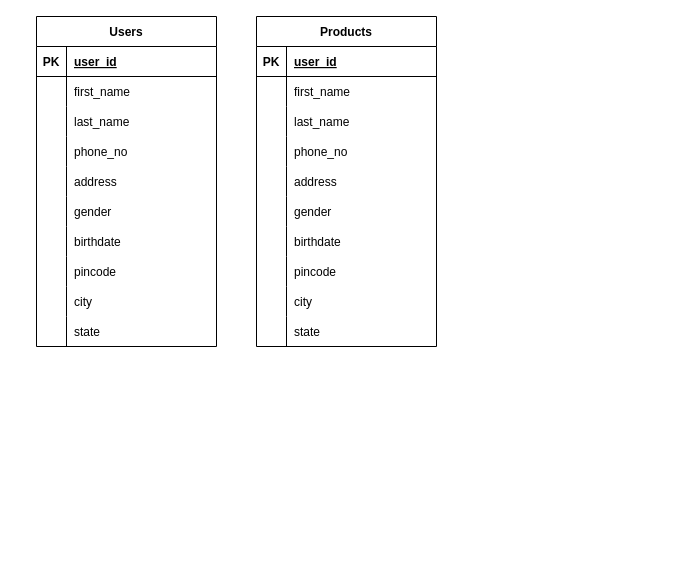
Above: page "er_Diagram" (1 of 4) of online_cloth_shopping.drawio in sudopwr/database-course (draw.io), before the change. Source tidied: cells renumbered, new cells numbered last; positions are measured from the earlier drawing's top-left corner, leaving out a move shared by most shapes. Both pictures are drawn from the tidied source at 100%, with x=0, y=0 at pixel (36, 16).
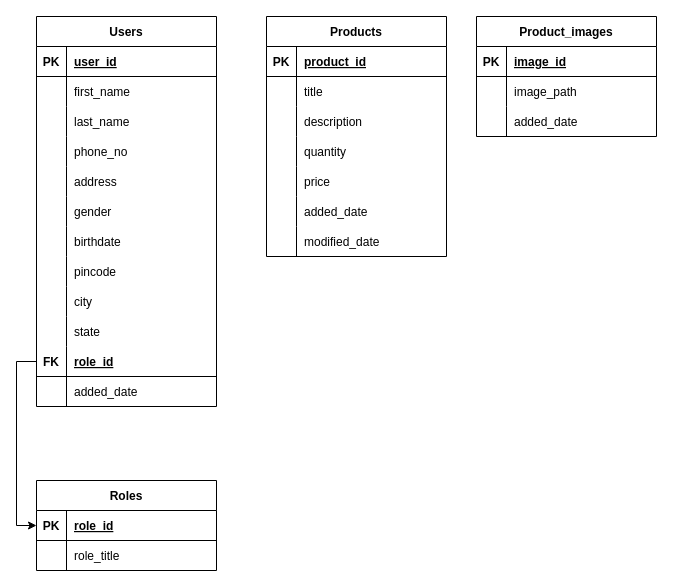
The same page after the edit.

Unchanged cells that the change refers to:
```xml
<mxCell id="34" style="shape=tableRow;horizontal=0;startSize=0;swimlaneHead=0;swimlaneBody=0;fillColor=none;points=[[0,0.5],[1,0.5]];portConstraint=eastwest;top=0;left=0;right=0;bottom=1;" parent="33" vertex="1">
  <mxGeometry y="30" width="180" height="30" as="geometry" />
</mxCell>
<mxCell id="37" style="shape=tableRow;horizontal=0;startSize=0;swimlaneHead=0;swimlaneBody=0;fillColor=none;top=0;left=0;right=0;bottom=0;" parent="33" vertex="1">
  <mxGeometry y="60" width="180" height="30" as="geometry" />
</mxCell>
```

What changed in the source:
```diff
@@
     <mxCell id="2" value="Users" style="shape=table;startSize=30;childLayout=tableLayout;rowLines=0;fontStyle=1;align=center;" parent="1" vertex="1">
-      <mxGeometry width="180" height="330" as="geometry" />
+      <mxGeometry width="180" height="390" as="geometry" />
     </mxCell>
@@
+    <mxCell id="64" style="shape=tableRow;horizontal=0;startSize=0;swimlaneHead=0;swimlaneBody=0;fillColor=none;points=[[0,0.5],[1,0.5]];portConstraint=eastwest;top=0;left=0;right=0;bottom=1;" parent="2" vertex="1">
+      <mxGeometry y="330" width="180" height="30" as="geometry" />
+    </mxCell>
+    <mxCell id="65" value="FK" style="shape=partialRectangle;fillColor=none;top=0;left=0;bottom=0;right=0;fontStyle=1;overflow=hidden;" parent="64" vertex="1">
+      <mxGeometry width="30" height="30" as="geometry" />
+    </mxCell>
+    <mxCell id="66" value="role_id" style="shape=partialRectangle;fillColor=none;top=0;left=0;bottom=0;right=0;align=left;spacingLeft=6;fontStyle=5;overflow=hidden;" parent="64" vertex="1">
+      <mxGeometry x="30" width="150" height="30" as="geometry" />
+    </mxCell>
+    <mxCell id="67" style="shape=tableRow;horizontal=0;startSize=0;swimlaneHead=0;swimlaneBody=0;fillColor=none;top=0;left=0;right=0;bottom=0;" parent="2" vertex="1">
+      <mxGeometry y="360" width="180" height="30" as="geometry" />
+    </mxCell>
+    <mxCell id="68" style="shape=partialRectangle;fillColor=none;top=0;left=0;bottom=0;right=0;overflow=hidden;" parent="67" vertex="1">
+      <mxGeometry width="30" height="30" as="geometry" />
+    </mxCell>
+    <mxCell id="69" value="added_date" style="shape=partialRectangle;fillColor=none;top=0;left=0;bottom=0;right=0;align=left;spacingLeft=6;overflow=hidden;" parent="67" vertex="1">
+      <mxGeometry x="30" width="150" height="30" as="geometry" />
+    </mxCell>
-    <mxCell id="33" value="Products" style="shape=table;startSize=30;childLayout=tableLayout;rowLines=0;fontStyle=1;align=center;" parent="1" vertex="1">
-      <mxGeometry x="220" width="180" height="330" as="geometry" />
+    <mxCell id="33" value="Roles" style="shape=table;startSize=30;childLayout=tableLayout;rowLines=0;fontStyle=1;align=center;" parent="1" vertex="1">
+      <mxGeometry y="464" width="180" height="90" as="geometry" />
     </mxCell>
@@
-    <mxCell id="36" value="user_id" style="shape=partialRectangle;fillColor=none;top=0;left=0;bottom=0;right=0;align=left;spacingLeft=6;fontStyle=5;overflow=hidden;" parent="34" vertex="1">
+    <mxCell id="36" value="role_id" style="shape=partialRectangle;fillColor=none;top=0;left=0;bottom=0;right=0;align=left;spacingLeft=6;fontStyle=5;overflow=hidden;" parent="34" vertex="1">
       <mxGeometry x="30" width="150" height="30" as="geometry" />
     </mxCell>
@@
-    <mxCell id="39" value="first_name" style="shape=partialRectangle;fillColor=none;top=0;left=0;bottom=0;right=0;align=left;spacingLeft=6;overflow=hidden;" parent="37" vertex="1">
+    <mxCell id="39" value="role_title" style="shape=partialRectangle;fillColor=none;top=0;left=0;bottom=0;right=0;align=left;spacingLeft=6;overflow=hidden;" parent="37" vertex="1">
       <mxGeometry x="30" width="150" height="30" as="geometry" />
     </mxCell>
-    <mxCell id="40" style="shape=tableRow;horizontal=0;startSize=0;swimlaneHead=0;swimlaneBody=0;fillColor=none;top=0;left=0;right=0;bottom=0;" parent="33" vertex="1">
-      <mxGeometry y="90" width="180" height="30" as="geometry" />
-    </mxCell>
-    <mxCell id="41" style="shape=partialRectangle;fillColor=none;top=0;left=0;bottom=0;right=0;overflow=hidden;" parent="40" vertex="1">
-      <mxGeometry width="30" height="30" as="geometry" />
-    </mxCell>
-    <mxCell id="42" value="last_name" style="shape=partialRectangle;fillColor=none;top=0;left=0;bottom=0;right=0;align=left;spacingLeft=6;overflow=hidden;" parent="40" vertex="1">
-      <mxGeometry x="30" width="150" height="30" as="geometry" />
-    </mxCell>
+    <mxCell id="70" style="edgeStyle=orthogonalEdgeStyle;rounded=0;jettySize=auto;html=1;exitX=0;exitY=0.5;exitDx=0;exitDy=0;entryX=0;entryY=0.5;entryDx=0;entryDy=0;" parent="1" edge="1" source="64" target="34">
+      <mxGeometry relative="1" as="geometry" />
+    </mxCell>
+    <mxCell id="71" value="Products" style="shape=table;startSize=30;childLayout=tableLayout;rowLines=0;fontStyle=1;align=center;" parent="1" vertex="1">
+      <mxGeometry x="230" width="180" height="240" as="geometry" />
+    </mxCell>
+    <mxCell id="72" style="shape=tableRow;horizontal=0;startSize=0;swimlaneHead=0;swimlaneBody=0;fillColor=none;top=0;left=0;right=0;bottom=1;" parent="71" vertex="1">
+      <mxGeometry y="30" width="180" height="30" as="geometry" />
+    </mxCell>
+    <mxCell id="73" value="PK" style="shape=partialRectangle;fillColor=none;top=0;left=0;bottom=0;right=0;fontStyle=1;overflow=hidden;" parent="72" vertex="1">
+      <mxGeometry width="30" height="30" as="geometry" />
+    </mxCell>
+    <mxCell id="74" value="product_id" style="shape=partialRectangle;fillColor=none;top=0;left=0;bottom=0;right=0;align=left;spacingLeft=6;fontStyle=5;overflow=hidden;" parent="72" vertex="1">
+      <mxGeometry x="30" width="150" height="30" as="geometry" />
+    </mxCell>
+    <mxCell id="75" style="shape=tableRow;horizontal=0;startSize=0;swimlaneHead=0;swimlaneBody=0;fillColor=none;top=0;left=0;right=0;bottom=0;" parent="71" vertex="1">
+      <mxGeometry y="60" width="180" height="30" as="geometry" />
+    </mxCell>
+    <mxCell id="76" style="shape=partialRectangle;fillColor=none;top=0;left=0;bottom=0;right=0;overflow=hidden;" parent="75" vertex="1">
+      <mxGeometry width="30" height="30" as="geometry" />
+    </mxCell>
+    <mxCell id="77" value="title" style="shape=partialRectangle;fillColor=none;top=0;left=0;bottom=0;right=0;align=left;spacingLeft=6;overflow=hidden;" parent="75" vertex="1">
+      <mxGeometry x="30" width="150" height="30" as="geometry" />
+    </mxCell>
+    <mxCell id="78" style="shape=tableRow;horizontal=0;startSize=0;swimlaneHead=0;swimlaneBody=0;fillColor=none;top=0;left=0;right=0;bottom=0;" parent="71" vertex="1">
+      <mxGeometry y="90" width="180" height="30" as="geometry" />
+    </mxCell>
+    <mxCell id="79" style="shape=partialRectangle;fillColor=none;top=0;left=0;bottom=0;right=0;overflow=hidden;" parent="78" vertex="1">
+      <mxGeometry width="30" height="30" as="geometry" />
+    </mxCell>
+    <mxCell id="80" value="description" style="shape=partialRectangle;fillColor=none;top=0;left=0;bottom=0;right=0;align=left;spacingLeft=6;overflow=hidden;" parent="78" vertex="1">
+      <mxGeometry x="30" width="150" height="30" as="geometry" />
+    </mxCell>
-    <mxCell id="43" style="shape=tableRow;horizontal=0;startSize=0;swimlaneHead=0;swimlaneBody=0;fillColor=none;top=0;left=0;right=0;bottom=0;" parent="33" vertex="1">
+    <mxCell id="43" style="shape=tableRow;horizontal=0;startSize=0;swimlaneHead=0;swimlaneBody=0;fillColor=none;top=0;left=0;right=0;bottom=0;" parent="71" vertex="1">
       <mxGeometry y="120" width="180" height="30" as="geometry" />
     </mxCell>
-    <mxCell id="44" style="shape=partialRectangle;fillColor=none;top=0;left=0;bottom=0;right=0;overflow=hidden;" parent="43" vertex="1">
-      <mxGeometry width="30" height="30" as="geometry" />
-    </mxCell>
-    <mxCell id="45" value="phone_no" style="shape=partialRectangle;fillColor=none;top=0;left=0;bottom=0;right=0;align=left;spacingLeft=6;overflow=hidden;" parent="43" vertex="1">
-      <mxGeometry x="30" width="150" height="30" as="geometry" />
-    </mxCell>
+    <mxCell id="81" style="shape=partialRectangle;fillColor=none;top=0;left=0;bottom=0;right=0;overflow=hidden;" parent="43" vertex="1">
+      <mxGeometry width="30" height="30" as="geometry" />
+    </mxCell>
+    <mxCell id="82" value="quantity" style="shape=partialRectangle;fillColor=none;top=0;left=0;bottom=0;right=0;align=left;spacingLeft=6;overflow=hidden;" parent="43" vertex="1">
+      <mxGeometry x="30" width="150" height="30" as="geometry" />
+    </mxCell>
-    <mxCell id="46" style="shape=tableRow;horizontal=0;startSize=0;swimlaneHead=0;swimlaneBody=0;fillColor=none;top=0;left=0;right=0;bottom=0;" parent="33" vertex="1">
+    <mxCell id="46" style="shape=tableRow;horizontal=0;startSize=0;swimlaneHead=0;swimlaneBody=0;fillColor=none;top=0;left=0;right=0;bottom=0;" parent="71" vertex="1">
       <mxGeometry y="150" width="180" height="30" as="geometry" />
     </mxCell>
-    <mxCell id="47" style="shape=partialRectangle;fillColor=none;top=0;left=0;bottom=0;right=0;overflow=hidden;" parent="46" vertex="1">
-      <mxGeometry width="30" height="30" as="geometry" />
-    </mxCell>
-    <mxCell id="48" value="address" style="shape=partialRectangle;fillColor=none;top=0;left=0;bottom=0;right=0;align=left;spacingLeft=6;overflow=hidden;" parent="46" vertex="1">
-      <mxGeometry x="30" width="150" height="30" as="geometry" />
-    </mxCell>
+    <mxCell id="83" style="shape=partialRectangle;fillColor=none;top=0;left=0;bottom=0;right=0;overflow=hidden;" parent="46" vertex="1">
+      <mxGeometry width="30" height="30" as="geometry" />
+    </mxCell>
+    <mxCell id="84" value="price" style="shape=partialRectangle;fillColor=none;top=0;left=0;bottom=0;right=0;align=left;spacingLeft=6;overflow=hidden;" parent="46" vertex="1">
+      <mxGeometry x="30" width="150" height="30" as="geometry" />
+    </mxCell>
-    <mxCell id="49" style="shape=tableRow;horizontal=0;startSize=0;swimlaneHead=0;swimlaneBody=0;fillColor=none;top=0;left=0;right=0;bottom=0;" parent="33" vertex="1">
+    <mxCell id="49" style="shape=tableRow;horizontal=0;startSize=0;swimlaneHead=0;swimlaneBody=0;fillColor=none;top=0;left=0;right=0;bottom=0;" parent="71" vertex="1">
       <mxGeometry y="180" width="180" height="30" as="geometry" />
     </mxCell>
-    <mxCell id="50" style="shape=partialRectangle;fillColor=none;top=0;left=0;bottom=0;right=0;overflow=hidden;" parent="49" vertex="1">
-      <mxGeometry width="30" height="30" as="geometry" />
-    </mxCell>
-    <mxCell id="51" value="gender" style="shape=partialRectangle;fillColor=none;top=0;left=0;bottom=0;right=0;align=left;spacingLeft=6;overflow=hidden;" parent="49" vertex="1">
-      <mxGeometry x="30" width="150" height="30" as="geometry" />
-    </mxCell>
+    <mxCell id="85" style="shape=partialRectangle;fillColor=none;top=0;left=0;bottom=0;right=0;overflow=hidden;" parent="49" vertex="1">
+      <mxGeometry width="30" height="30" as="geometry" />
+    </mxCell>
+    <mxCell id="86" value="added_date" style="shape=partialRectangle;fillColor=none;top=0;left=0;bottom=0;right=0;align=left;spacingLeft=6;overflow=hidden;" parent="49" vertex="1">
+      <mxGeometry x="30" width="150" height="30" as="geometry" />
+    </mxCell>
-    <mxCell id="52" style="shape=tableRow;horizontal=0;startSize=0;swimlaneHead=0;swimlaneBody=0;fillColor=none;top=0;left=0;right=0;bottom=0;" parent="33" vertex="1">
+    <mxCell id="52" style="shape=tableRow;horizontal=0;startSize=0;swimlaneHead=0;swimlaneBody=0;fillColor=none;top=0;left=0;right=0;bottom=0;" parent="71" vertex="1">
       <mxGeometry y="210" width="180" height="30" as="geometry" />
     </mxCell>
-    <mxCell id="53" style="shape=partialRectangle;fillColor=none;top=0;left=0;bottom=0;right=0;overflow=hidden;" parent="52" vertex="1">
-      <mxGeometry width="30" height="30" as="geometry" />
-    </mxCell>
-    <mxCell id="54" value="birthdate" style="shape=partialRectangle;fillColor=none;top=0;left=0;bottom=0;right=0;align=left;spacingLeft=6;overflow=hidden;" parent="52" vertex="1">
-      <mxGeometry x="30" width="150" height="30" as="geometry" />
-    </mxCell>
-    <mxCell id="55" style="shape=tableRow;horizontal=0;startSize=0;swimlaneHead=0;swimlaneBody=0;fillColor=none;top=0;left=0;right=0;bottom=0;" parent="33" vertex="1">
-      <mxGeometry y="240" width="180" height="30" as="geometry" />
-    </mxCell>
-    <mxCell id="56" style="shape=partialRectangle;fillColor=none;top=0;left=0;bottom=0;right=0;overflow=hidden;" parent="55" vertex="1">
-      <mxGeometry width="30" height="30" as="geometry" />
-    </mxCell>
-    <mxCell id="57" value="pincode" style="shape=partialRectangle;fillColor=none;top=0;left=0;bottom=0;right=0;align=left;spacingLeft=6;overflow=hidden;" parent="55" vertex="1">
-      <mxGeometry x="30" width="150" height="30" as="geometry" />
-    </mxCell>
-    <mxCell id="58" style="shape=tableRow;horizontal=0;startSize=0;swimlaneHead=0;swimlaneBody=0;fillColor=none;top=0;left=0;right=0;bottom=0;" parent="33" vertex="1">
-      <mxGeometry y="270" width="180" height="30" as="geometry" />
-    </mxCell>
-    <mxCell id="59" style="shape=partialRectangle;fillColor=none;top=0;left=0;bottom=0;right=0;overflow=hidden;" parent="58" vertex="1">
-      <mxGeometry width="30" height="30" as="geometry" />
-    </mxCell>
-    <mxCell id="60" value="city" style="shape=partialRectangle;fillColor=none;top=0;left=0;bottom=0;right=0;align=left;spacingLeft=6;overflow=hidden;" parent="58" vertex="1">
-      <mxGeometry x="30" width="150" height="30" as="geometry" />
-    </mxCell>
-    <mxCell id="61" style="shape=tableRow;horizontal=0;startSize=0;swimlaneHead=0;swimlaneBody=0;fillColor=none;top=0;left=0;right=0;bottom=0;" parent="33" vertex="1">
-      <mxGeometry y="300" width="180" height="30" as="geometry" />
-    </mxCell>
-    <mxCell id="62" style="shape=partialRectangle;fillColor=none;top=0;left=0;bottom=0;right=0;overflow=hidden;" parent="61" vertex="1">
-      <mxGeometry width="30" height="30" as="geometry" />
-    </mxCell>
-    <mxCell id="63" value="state" style="shape=partialRectangle;fillColor=none;top=0;left=0;bottom=0;right=0;align=left;spacingLeft=6;overflow=hidden;" parent="61" vertex="1">
-      <mxGeometry x="30" width="150" height="30" as="geometry" />
-    </mxCell>
+    <mxCell id="87" style="shape=partialRectangle;fillColor=none;top=0;left=0;bottom=0;right=0;overflow=hidden;" parent="52" vertex="1">
+      <mxGeometry width="30" height="30" as="geometry" />
+    </mxCell>
+    <mxCell id="88" value="modified_date" style="shape=partialRectangle;fillColor=none;top=0;left=0;bottom=0;right=0;align=left;spacingLeft=6;overflow=hidden;" parent="52" vertex="1">
+      <mxGeometry x="30" width="150" height="30" as="geometry" />
+    </mxCell>
+    <mxCell id="89" value="Product_images" style="shape=table;startSize=30;childLayout=tableLayout;rowLines=0;fontStyle=1;align=center;" parent="1" vertex="1">
+      <mxGeometry x="440" width="180" height="120" as="geometry" />
+    </mxCell>
+    <mxCell id="90" style="shape=tableRow;horizontal=0;startSize=0;swimlaneHead=0;swimlaneBody=0;fillColor=none;top=0;left=0;right=0;bottom=1;" parent="89" vertex="1">
+      <mxGeometry y="30" width="180" height="30" as="geometry" />
+    </mxCell>
+    <mxCell id="91" value="PK" style="shape=partialRectangle;fillColor=none;top=0;left=0;bottom=0;right=0;fontStyle=1;overflow=hidden;" parent="90" vertex="1">
+      <mxGeometry width="30" height="30" as="geometry" />
+    </mxCell>
+    <mxCell id="92" value="image_id" style="shape=partialRectangle;fillColor=none;top=0;left=0;bottom=0;right=0;align=left;spacingLeft=6;fontStyle=5;overflow=hidden;" parent="90" vertex="1">
+      <mxGeometry x="30" width="150" height="30" as="geometry" />
+    </mxCell>
+    <mxCell id="93" style="shape=tableRow;horizontal=0;startSize=0;swimlaneHead=0;swimlaneBody=0;fillColor=none;top=0;left=0;right=0;bottom=0;" parent="89" vertex="1">
+      <mxGeometry y="60" width="180" height="30" as="geometry" />
+    </mxCell>
+    <mxCell id="94" style="shape=partialRectangle;fillColor=none;top=0;left=0;bottom=0;right=0;overflow=hidden;" parent="93" vertex="1">
+      <mxGeometry width="30" height="30" as="geometry" />
+    </mxCell>
+    <mxCell id="95" value="image_path" style="shape=partialRectangle;fillColor=none;top=0;left=0;bottom=0;right=0;align=left;spacingLeft=6;overflow=hidden;" parent="93" vertex="1">
+      <mxGeometry x="30" width="150" height="30" as="geometry" />
+    </mxCell>
+    <mxCell id="96" style="shape=tableRow;horizontal=0;startSize=0;swimlaneHead=0;swimlaneBody=0;fillColor=none;top=0;left=0;right=0;bottom=0;" parent="89" vertex="1">
+      <mxGeometry y="90" width="180" height="30" as="geometry" />
+    </mxCell>
+    <mxCell id="97" style="shape=partialRectangle;fillColor=none;top=0;left=0;bottom=0;right=0;overflow=hidden;" parent="96" vertex="1">
+      <mxGeometry width="30" height="30" as="geometry" />
+    </mxCell>
+    <mxCell id="98" value="added_date" style="shape=partialRectangle;fillColor=none;top=0;left=0;bottom=0;right=0;align=left;spacingLeft=6;overflow=hidden;" parent="96" vertex="1">
+      <mxGeometry x="30" width="150" height="30" as="geometry" />
+    </mxCell>
```
